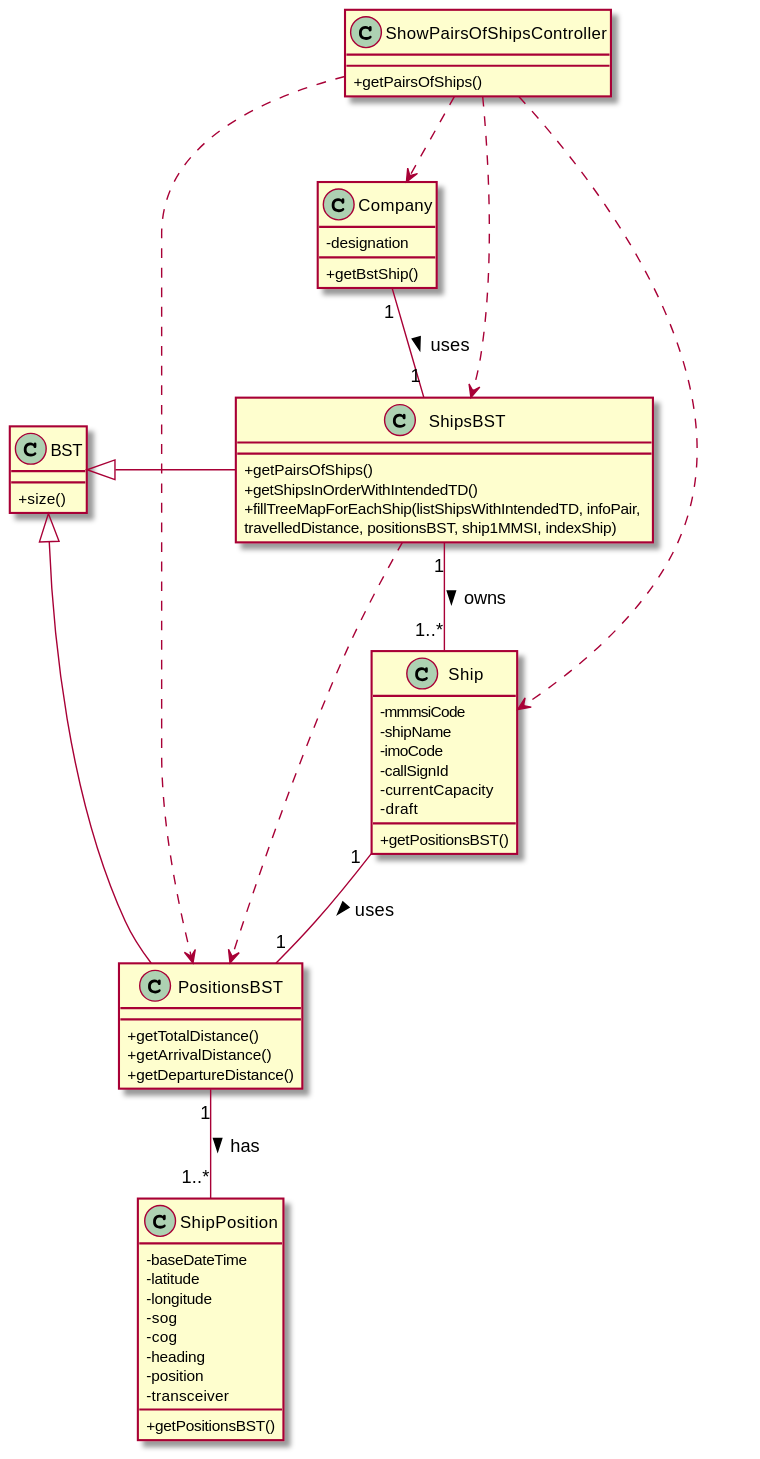
The PlantUML diagram docs/US107/US107_CD.svg in ana-albergaria/LAPR3-ISEP, before a commit.
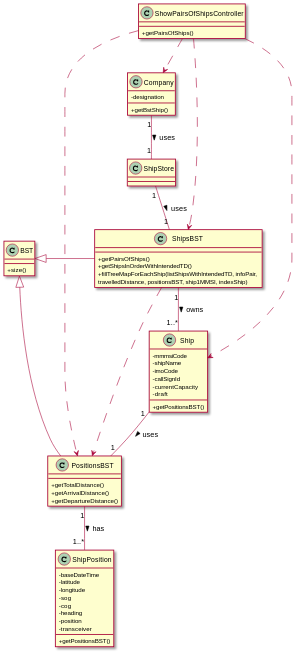
After the commit.

Change to the diagram source:
```diff
@@ -51,8 +51,11 @@
 +size()
 }
 
+class ShipStore {}
 
-Company "1" -- "1" ShipsBST : uses >
+
+Company "1" -- "1" ShipStore : uses >
+ShipStore "1" -- "1" ShipsBST : uses >
 ShipsBST "1" -- "1..*" Ship : owns >
 Ship "1" -- "1" PositionsBST : uses >
 PositionsBST "1" -- "1..*" ShipPosition : has >
```
